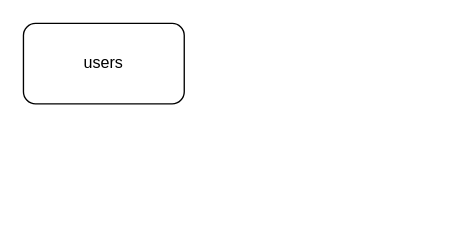
Above: Untitled Diagram.drawio in tgm-labs/assets (draw.io), before the change. Source tidied: cells renumbered, new cells numbered last; positions are measured from the earlier drawing's top-left corner, leaving out a move shared by most shapes. Both pictures are drawn from the tidied source at 134%, with x=0, y=0 at pixel (23, 23).
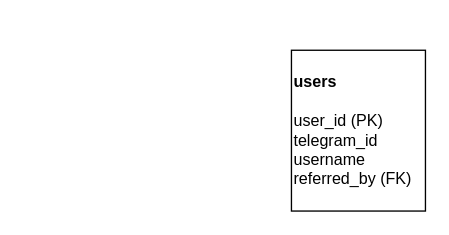
After the change.

Diff of the diagram source:
```diff
@@
 <mxGraphModel>
   <root>
     <mxCell id="0" />
     <mxCell id="1" parent="0" />
-    <mxCell id="2" value="users" style="rounded=1;whiteSpace=wrap;html=1;" parent="1" vertex="1">
-      <mxGeometry width="120" height="60" as="geometry" />
-    </mxCell>
+    <mxCell id="3" value="&lt;div style=&quot;&quot;&gt;&lt;span style=&quot;background-color: initial;&quot;&gt;&lt;b&gt;users&lt;/b&gt;&lt;/span&gt;&lt;/div&gt;&lt;div style=&quot;&quot;&gt;&lt;span style=&quot;background-color: initial;&quot;&gt;&lt;b&gt;&lt;br&gt;&lt;/b&gt;&lt;/span&gt;&lt;/div&gt;&lt;div style=&quot;&quot;&gt;&lt;span style=&quot;background-color: initial;&quot;&gt;user_id (PK)&lt;/span&gt;&lt;br&gt;&lt;span style=&quot;background-color: initial;&quot;&gt;telegram_id&lt;/span&gt;&lt;br&gt;&lt;span style=&quot;background-color: initial;&quot;&gt;username&lt;/span&gt;&lt;br&gt;&lt;span style=&quot;background-color: initial;&quot;&gt;referred_by (FK)&lt;/span&gt;&lt;/div&gt;" style="rounded=0;whiteSpace=wrap;html=1;align=left;" parent="1" vertex="1">
+      <mxGeometry x="200" y="20" width="100" height="120" as="geometry" />
+    </mxCell>
   </root>
 </mxGraphModel>
```
